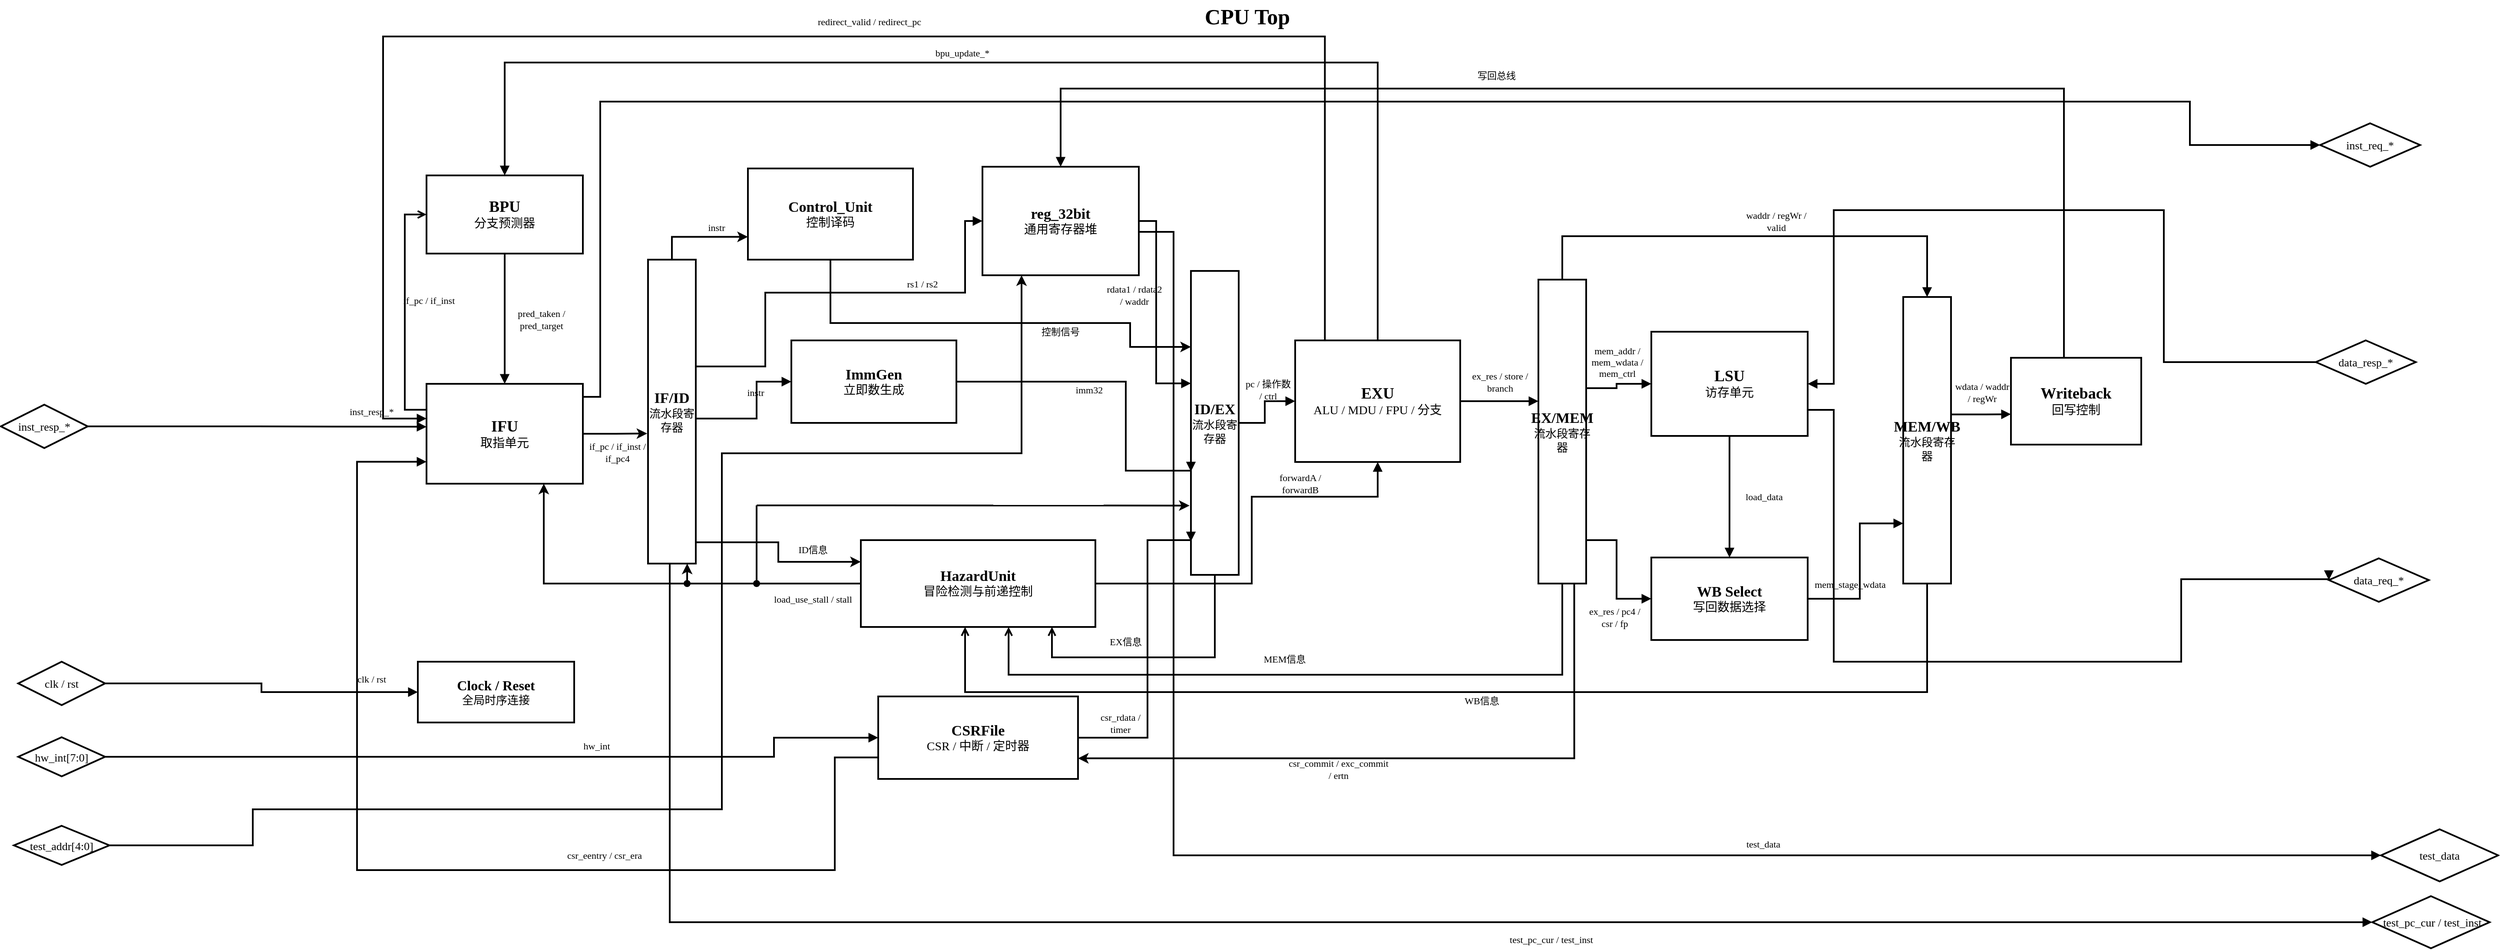
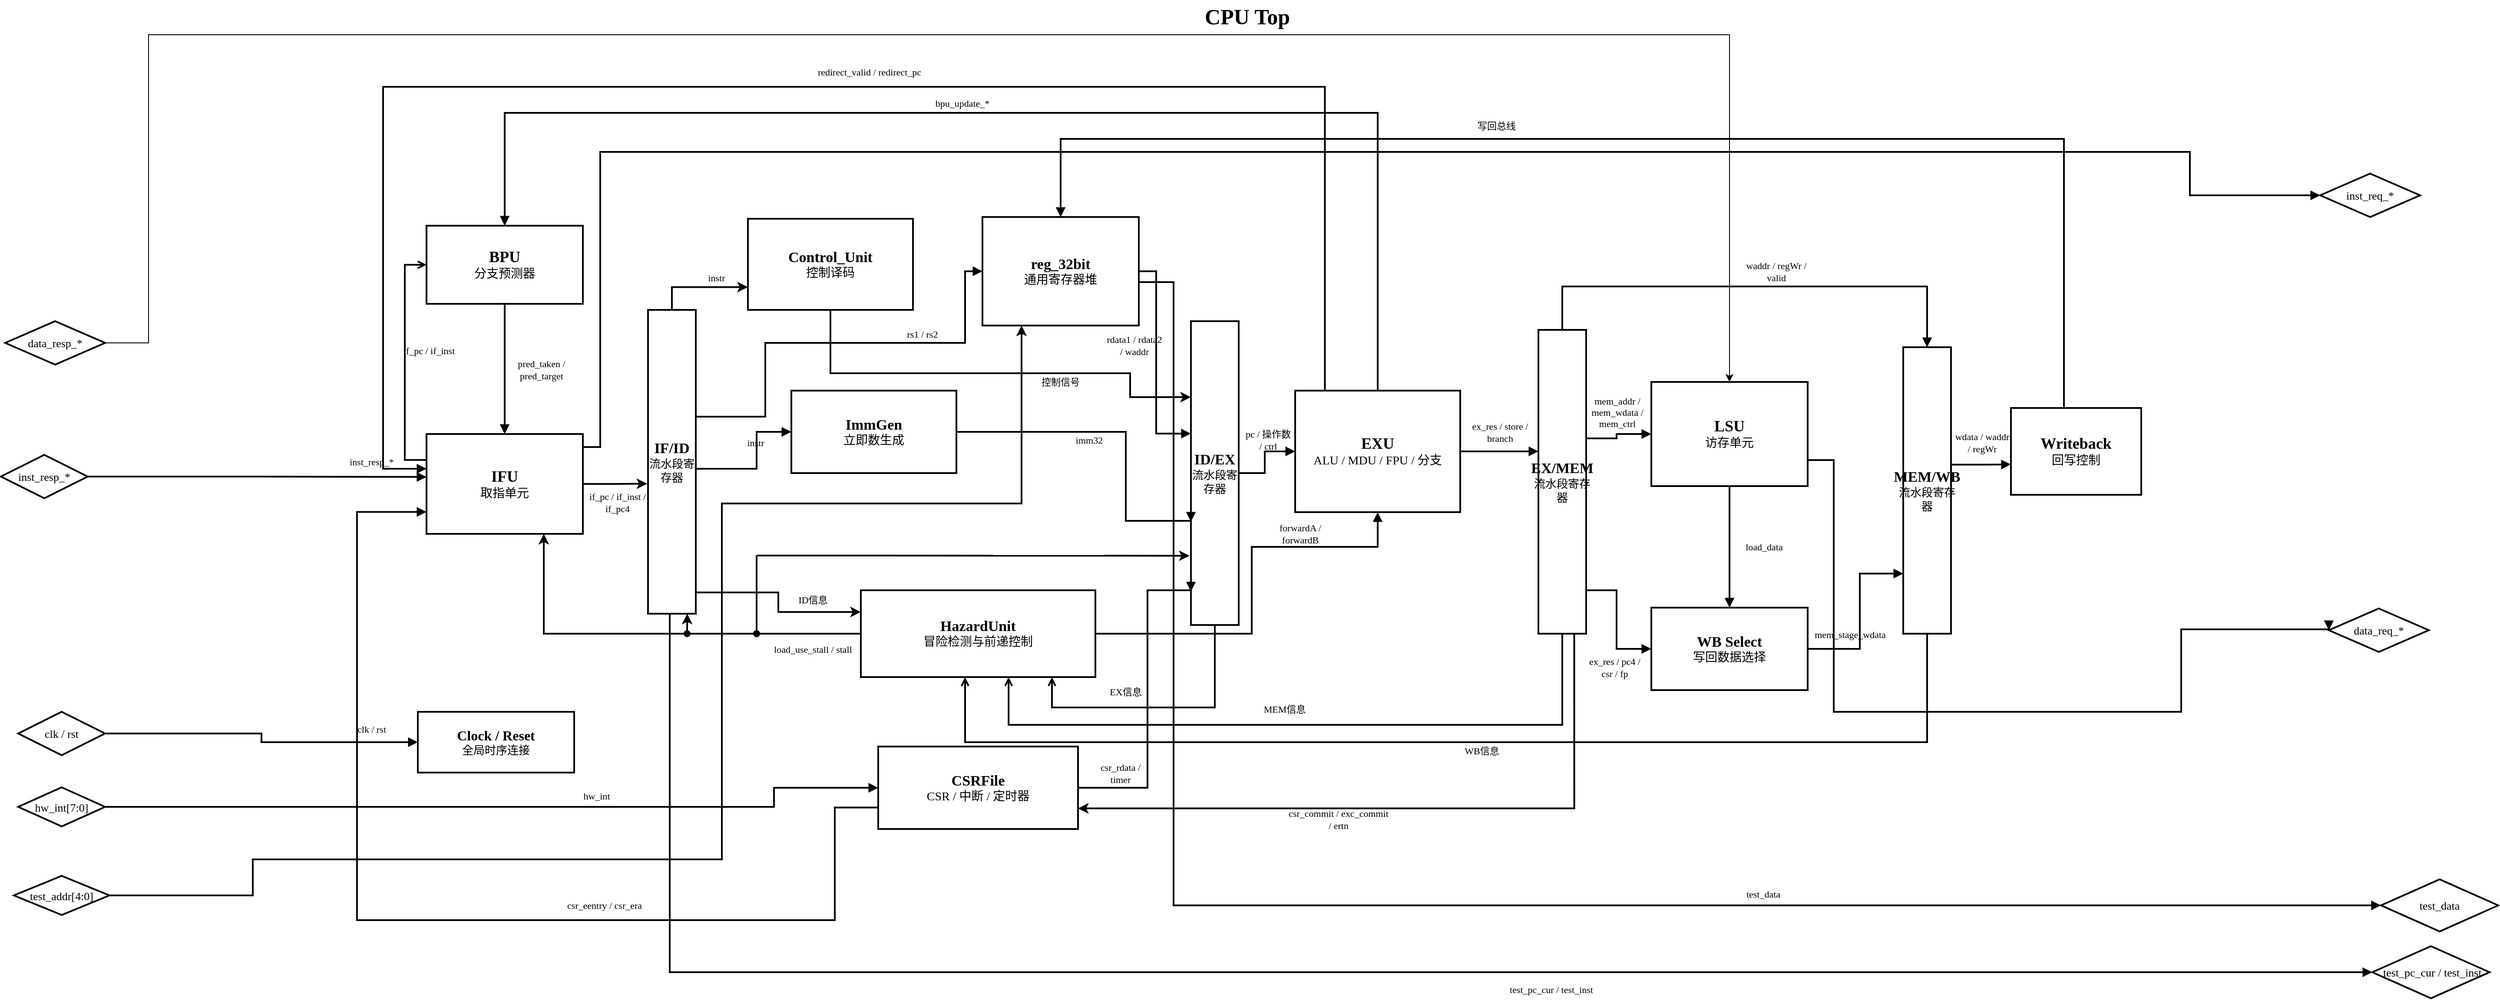
<mxfile host="Electron" agent="ChatGPT">
  <diagram id="cpu-top-spread" name="CPU顶层结构图">
    <mxGraphModel dx="5873" dy="2003" grid="1" gridSize="10" guides="1" tooltips="1" connect="1" arrows="1" fold="1" page="1" pageScale="1" pageWidth="2450" pageHeight="1300" math="0" shadow="0">
      <root>
        <mxCell id="0" />
        <mxCell id="1" parent="0" />
        <mxCell id="title" parent="1" style="text;html=1;whiteSpace=wrap;strokeColor=none;fillColor=none;align=center;verticalAlign=middle;fontFamily=Microsoft YaHei;strokeWidth=2;" value="&lt;font style=&quot;font-size: 25px;&quot;&gt;&lt;b&gt;CPU Top&lt;/b&gt;&lt;/font&gt;" vertex="1">
-           <mxGeometry height="38" width="250" x="1050" y="78" as="geometry" />
+           <mxGeometry height="38" width="250" x="1050" y="20" as="geometry" />
        </mxCell>
        <mxCell id="bpu" parent="1" style="rounded=0;whiteSpace=wrap;html=1;fillColor=none;strokeColor=#000000;strokeWidth=2;align=center;verticalAlign=middle;fontFamily=Microsoft YaHei;" value="&lt;font style=&quot;font-size: 18px;&quot;&gt;&lt;b&gt;BPU&lt;/b&gt;&lt;/font&gt;&lt;br&gt;&lt;font style=&quot;font-size: 14px;&quot;&gt;分支预测器&lt;/font&gt;" vertex="1">
          <mxGeometry height="90" width="180" x="230" y="280" as="geometry" />
        </mxCell>
        <mxCell id="ifu" parent="1" style="rounded=0;whiteSpace=wrap;html=1;fillColor=none;strokeColor=#000000;strokeWidth=2;align=center;verticalAlign=middle;fontFamily=Microsoft YaHei;" value="&lt;font style=&quot;font-size: 18px;&quot;&gt;&lt;b&gt;IFU&lt;/b&gt;&lt;/font&gt;&lt;br&gt;&lt;font style=&quot;font-size: 14px;&quot;&gt;取指单元&lt;/font&gt;" vertex="1">
          <mxGeometry height="115" width="180" x="230" y="520" as="geometry" />
        </mxCell>
        <mxCell id="JGZYXTujOtgmbutAaPe7-15" edge="1" parent="1" source="ifid" style="edgeStyle=orthogonalEdgeStyle;rounded=0;orthogonalLoop=1;jettySize=auto;html=1;exitX=0.5;exitY=0;exitDx=0;exitDy=0;entryX=0;entryY=0.75;entryDx=0;entryDy=0;strokeWidth=2;" target="ctrl">
          <mxGeometry relative="1" as="geometry" />
        </mxCell>
        <mxCell id="ifid" parent="1" style="rounded=0;whiteSpace=wrap;html=1;fillColor=none;strokeColor=#000000;strokeWidth=2;align=center;verticalAlign=middle;fontFamily=Comic Sans MS;" value="&lt;font style=&quot;font-size: 17px;&quot;&gt;&lt;b&gt;IF/ID&lt;/b&gt;&lt;/font&gt;&lt;br&gt;&lt;font style=&quot;font-size: 13px;&quot;&gt;流水段寄存器&lt;/font&gt;" vertex="1">
          <mxGeometry height="350" width="55" x="485" y="377" as="geometry" />
        </mxCell>
        <mxCell id="JGZYXTujOtgmbutAaPe7-17" edge="1" parent="1" source="ctrl" style="edgeStyle=orthogonalEdgeStyle;rounded=0;orthogonalLoop=1;jettySize=auto;html=1;exitX=0.5;exitY=1;exitDx=0;exitDy=0;entryX=0;entryY=0.25;entryDx=0;entryDy=0;strokeWidth=2;" target="idex">
          <mxGeometry relative="1" as="geometry">
            <Array as="points">
              <mxPoint x="695" y="450" />
              <mxPoint x="1040" y="450" />
              <mxPoint x="1040" y="478" />
            </Array>
          </mxGeometry>
        </mxCell>
        <mxCell id="ctrl" parent="1" style="rounded=0;whiteSpace=wrap;html=1;fillColor=none;strokeColor=#000000;strokeWidth=2;align=center;verticalAlign=middle;fontFamily=Microsoft YaHei;" value="&lt;font style=&quot;font-size: 17px;&quot;&gt;&lt;b&gt;Control_Unit&lt;/b&gt;&lt;/font&gt;&lt;br&gt;&lt;font style=&quot;font-size: 14px;&quot;&gt;控制译码&lt;/font&gt;" vertex="1">
          <mxGeometry height="105" width="190" x="600" y="272" as="geometry" />
        </mxCell>
        <mxCell id="gpr" parent="1" style="rounded=0;whiteSpace=wrap;html=1;fillColor=none;strokeColor=#000000;strokeWidth=2;align=center;verticalAlign=middle;fontFamily=Microsoft YaHei;" value="&lt;font style=&quot;font-size: 17px;&quot;&gt;&lt;b&gt;reg_32bit&lt;/b&gt;&lt;/font&gt;&lt;br&gt;&lt;font style=&quot;font-size: 14px;&quot;&gt;通用寄存器堆&lt;/font&gt;" vertex="1">
          <mxGeometry height="125" width="180" x="870" y="270" as="geometry" />
        </mxCell>
        <mxCell id="imm" parent="1" style="rounded=0;whiteSpace=wrap;html=1;fillColor=none;strokeColor=#000000;strokeWidth=2;align=center;verticalAlign=middle;fontFamily=Microsoft YaHei;" value="&lt;font style=&quot;font-size: 17px;&quot;&gt;&lt;b&gt;ImmGen&lt;/b&gt;&lt;/font&gt;&lt;br&gt;&lt;font style=&quot;font-size: 14px;&quot;&gt;立即数生成&lt;/font&gt;" vertex="1">
          <mxGeometry height="95" width="190" x="650" y="470" as="geometry" />
        </mxCell>
        <mxCell id="JGZYXTujOtgmbutAaPe7-6" edge="1" parent="1" source="haz" style="edgeStyle=orthogonalEdgeStyle;rounded=0;orthogonalLoop=1;jettySize=auto;html=1;exitX=0;exitY=0.5;exitDx=0;exitDy=0;entryX=0.75;entryY=1;entryDx=0;entryDy=0;strokeWidth=2;" target="ifu">
          <mxGeometry relative="1" as="geometry" />
        </mxCell>
        <mxCell id="haz" parent="1" style="rounded=0;whiteSpace=wrap;html=1;fillColor=none;strokeColor=#000000;strokeWidth=2;align=center;verticalAlign=middle;fontFamily=Microsoft YaHei;" value="&lt;font style=&quot;font-size: 17px;&quot;&gt;&lt;b&gt;HazardUnit&lt;/b&gt;&lt;/font&gt;&lt;br&gt;&lt;font style=&quot;font-size: 14px;&quot;&gt;冒险检测与前递控制&lt;/font&gt;" vertex="1">
          <mxGeometry height="100" width="270" x="730" y="700" as="geometry" />
        </mxCell>
        <mxCell id="csr" parent="1" style="rounded=0;whiteSpace=wrap;html=1;fillColor=none;strokeColor=#000000;strokeWidth=2;align=center;verticalAlign=middle;fontFamily=Microsoft YaHei;" value="&lt;font style=&quot;font-size: 17px;&quot;&gt;&lt;b&gt;CSRFile&lt;/b&gt;&lt;/font&gt;&lt;br&gt;&lt;font style=&quot;font-size: 14px;&quot;&gt;CSR / 中断 / 定时器&lt;/font&gt;" vertex="1">
          <mxGeometry height="95" width="230" x="750" y="880" as="geometry" />
        </mxCell>
        <mxCell id="clkdist" parent="1" style="rounded=0;whiteSpace=wrap;html=1;fillColor=none;strokeColor=#000000;strokeWidth=2;align=center;verticalAlign=middle;fontFamily=Microsoft YaHei;" value="&lt;font style=&quot;font-size: 16px;&quot;&gt;&lt;b&gt;Clock / Reset&lt;/b&gt;&lt;/font&gt;&lt;br&gt;&lt;font style=&quot;font-size: 13px;&quot;&gt;全局时序连接&lt;/font&gt;" vertex="1">
          <mxGeometry height="70" width="180" x="220" y="840" as="geometry" />
        </mxCell>
        <mxCell id="idex" parent="1" style="rounded=0;whiteSpace=wrap;html=1;fillColor=none;strokeColor=#000000;strokeWidth=2;align=center;verticalAlign=middle;fontFamily=Comic Sans MS;" value="&lt;font style=&quot;font-size: 17px;&quot;&gt;&lt;b&gt;ID/EX&lt;/b&gt;&lt;/font&gt;&lt;br&gt;&lt;font style=&quot;font-size: 13px;&quot;&gt;流水段寄存器&lt;/font&gt;" vertex="1">
          <mxGeometry height="350" width="55" x="1110" y="390" as="geometry" />
        </mxCell>
        <mxCell id="exu" parent="1" style="rounded=0;whiteSpace=wrap;html=1;fillColor=none;strokeColor=#000000;strokeWidth=2;align=center;verticalAlign=middle;fontFamily=Microsoft YaHei;" value="&lt;font style=&quot;font-size: 18px;&quot;&gt;&lt;b&gt;EXU&lt;/b&gt;&lt;/font&gt;&lt;br&gt;&lt;font style=&quot;font-size: 14px;&quot;&gt;ALU / MDU / FPU / 分支&lt;/font&gt;" vertex="1">
          <mxGeometry height="140" width="190" x="1230" y="470" as="geometry" />
        </mxCell>
        <mxCell id="JGZYXTujOtgmbutAaPe7-14" edge="1" parent="1" source="exmem" style="edgeStyle=orthogonalEdgeStyle;rounded=0;orthogonalLoop=1;jettySize=auto;html=1;exitX=0.75;exitY=1;exitDx=0;exitDy=0;entryX=1;entryY=0.75;entryDx=0;entryDy=0;strokeWidth=2;" target="csr">
          <mxGeometry relative="1" as="geometry" />
        </mxCell>
        <mxCell id="exmem" parent="1" style="rounded=0;whiteSpace=wrap;html=1;fillColor=none;strokeColor=#000000;strokeWidth=2;align=center;verticalAlign=middle;fontFamily=Comic Sans MS;" value="&lt;font style=&quot;font-size: 17px;&quot;&gt;&lt;b&gt;EX/MEM&lt;/b&gt;&lt;/font&gt;&lt;br&gt;&lt;font style=&quot;font-size: 13px;&quot;&gt;流水段寄存器&lt;/font&gt;" vertex="1">
          <mxGeometry height="350" width="55" x="1510" y="400" as="geometry" />
        </mxCell>
        <mxCell id="lsu" parent="1" style="rounded=0;whiteSpace=wrap;html=1;fillColor=none;strokeColor=#000000;strokeWidth=2;align=center;verticalAlign=middle;fontFamily=Microsoft YaHei;" value="&lt;font style=&quot;font-size: 18px;&quot;&gt;&lt;b&gt;LSU&lt;/b&gt;&lt;/font&gt;&lt;br&gt;&lt;font style=&quot;font-size: 14px;&quot;&gt;访存单元&lt;/font&gt;" vertex="1">
          <mxGeometry height="120" width="180" x="1640" y="460" as="geometry" />
        </mxCell>
        <mxCell id="wbsel" parent="1" style="rounded=0;whiteSpace=wrap;html=1;fillColor=none;strokeColor=#000000;strokeWidth=2;align=center;verticalAlign=middle;fontFamily=Microsoft YaHei;" value="&lt;font style=&quot;font-size: 17px;&quot;&gt;&lt;b&gt;WB Select&lt;/b&gt;&lt;/font&gt;&lt;br&gt;&lt;font style=&quot;font-size: 14px;&quot;&gt;写回数据选择&lt;/font&gt;" vertex="1">
          <mxGeometry height="95" width="180" x="1640" y="720" as="geometry" />
        </mxCell>
        <mxCell id="memwb" parent="1" style="rounded=0;whiteSpace=wrap;html=1;fillColor=none;strokeColor=#000000;strokeWidth=2;align=center;verticalAlign=middle;fontFamily=Comic Sans MS;" value="&lt;font style=&quot;font-size: 17px;&quot;&gt;&lt;b&gt;MEM/WB&lt;/b&gt;&lt;/font&gt;&lt;br&gt;&lt;font style=&quot;font-size: 13px;&quot;&gt;流水段寄存器&lt;/font&gt;" vertex="1">
          <mxGeometry height="330" width="55" x="1930" y="420" as="geometry" />
        </mxCell>
        <mxCell id="wb" parent="1" style="rounded=0;whiteSpace=wrap;html=1;fillColor=none;strokeColor=#000000;strokeWidth=2;align=center;verticalAlign=middle;fontFamily=Microsoft YaHei;" value="&lt;font style=&quot;font-size: 18px;&quot;&gt;&lt;b&gt;Writeback&lt;/b&gt;&lt;/font&gt;&lt;br&gt;&lt;font style=&quot;font-size: 14px;&quot;&gt;回写控制&lt;/font&gt;" vertex="1">
          <mxGeometry height="100" width="150" x="2054" y="490" as="geometry" />
        </mxCell>
        <mxCell id="p_clk" parent="1" style="shape=rhombus;perimeter=rhombusPerimeter;whiteSpace=wrap;html=1;fillColor=none;strokeColor=#000000;strokeWidth=2;fontSize=13;fontFamily=Comic Sans MS;align=center;verticalAlign=middle;" value="clk / rst" vertex="1">
          <mxGeometry height="50" width="100" x="-240" y="840" as="geometry" />
        </mxCell>
        <mxCell id="p_inst_resp" parent="1" style="shape=rhombus;perimeter=rhombusPerimeter;whiteSpace=wrap;html=1;fillColor=none;strokeColor=#000000;strokeWidth=2;fontSize=13;fontFamily=Comic Sans MS;align=center;verticalAlign=middle;" value="inst_resp_*" vertex="1">
          <mxGeometry height="50" width="100" x="-260" y="544" as="geometry" />
        </mxCell>
        <mxCell id="p_hwint" parent="1" style="shape=rhombus;perimeter=rhombusPerimeter;whiteSpace=wrap;html=1;fillColor=none;strokeColor=#000000;strokeWidth=2;fontSize=13;fontFamily=Comic Sans MS;align=center;verticalAlign=middle;" value="hw_int[7:0]" vertex="1">
          <mxGeometry height="45" width="100" x="-240" y="927" as="geometry" />
        </mxCell>
        <mxCell id="JGZYXTujOtgmbutAaPe7-16" edge="1" parent="1" source="p_testaddr" style="edgeStyle=orthogonalEdgeStyle;rounded=0;orthogonalLoop=1;jettySize=auto;html=1;exitX=1;exitY=0.5;exitDx=0;exitDy=0;entryX=0.25;entryY=1;entryDx=0;entryDy=0;strokeWidth=2;" target="gpr">
          <mxGeometry relative="1" as="geometry">
            <Array as="points">
              <mxPoint x="30" y="1052" />
              <mxPoint x="30" y="1010" />
              <mxPoint x="570" y="1010" />
              <mxPoint x="570" y="600" />
              <mxPoint x="915" y="600" />
            </Array>
          </mxGeometry>
        </mxCell>
        <mxCell id="p_testaddr" parent="1" style="shape=rhombus;perimeter=rhombusPerimeter;whiteSpace=wrap;html=1;fillColor=none;strokeColor=#000000;strokeWidth=2;fontSize=13;fontFamily=Comic Sans MS;align=center;verticalAlign=middle;" value="test_addr[4:0]" vertex="1">
          <mxGeometry height="45" width="110" x="-245" y="1029" as="geometry" />
        </mxCell>
        <mxCell id="p_inst_req" parent="1" style="shape=rhombus;perimeter=rhombusPerimeter;whiteSpace=wrap;html=1;fillColor=none;strokeColor=#000000;strokeWidth=2;fontSize=13;fontFamily=Comic Sans MS;align=center;verticalAlign=middle;" value="inst_req_*" vertex="1">
          <mxGeometry height="50" width="115" x="2410" y="220" as="geometry" />
        </mxCell>
+         <mxCell id="aSO9vNV-sZ01oe23dJjC-1" edge="1" parent="1" source="p_data_resp" style="edgeStyle=orthogonalEdgeStyle;rounded=0;orthogonalLoop=1;jettySize=auto;html=1;exitX=1;exitY=0.5;exitDx=0;exitDy=0;entryX=0.5;entryY=0;entryDx=0;entryDy=0;" target="lsu">
+           <mxGeometry relative="1" as="geometry">
+             <Array as="points">
+               <mxPoint x="-90" y="415" />
+               <mxPoint x="-90" y="60" />
+               <mxPoint x="1730" y="60" />
+             </Array>
+           </mxGeometry>
+         </mxCell>
        <mxCell id="p_data_resp" parent="1" style="shape=rhombus;perimeter=rhombusPerimeter;whiteSpace=wrap;html=1;fillColor=none;strokeColor=#000000;strokeWidth=2;fontSize=13;fontFamily=Comic Sans MS;align=center;verticalAlign=middle;" value="data_resp_*" vertex="1">
-           <mxGeometry height="50" width="115" x="2405" y="470" as="geometry" />
+           <mxGeometry height="50" width="115" x="-255" y="390" as="geometry" />
        </mxCell>
        <mxCell id="p_data_req" parent="1" style="shape=rhombus;perimeter=rhombusPerimeter;whiteSpace=wrap;html=1;fillColor=none;strokeColor=#000000;strokeWidth=2;fontSize=13;fontFamily=Comic Sans MS;align=center;verticalAlign=middle;" value="data_req_*" vertex="1">
          <mxGeometry height="50" width="115" x="2420" y="721" as="geometry" />
        </mxCell>
        <mxCell id="p_testout" parent="1" style="shape=rhombus;perimeter=rhombusPerimeter;whiteSpace=wrap;html=1;fillColor=none;strokeColor=#000000;strokeWidth=2;fontSize=13;fontFamily=Comic Sans MS;align=center;verticalAlign=middle;" value="test_data" vertex="1">
          <mxGeometry height="60" width="135" x="2480" y="1033" as="geometry" />
        </mxCell>
        <mxCell id="label_e_ifu_ifid" parent="1" style="text;html=1;whiteSpace=wrap;strokeColor=none;fillColor=none;align=center;verticalAlign=middle;fontSize=11;fontFamily=Comic Sans MS;strokeWidth=2;" value="if_pc / if_inst / if_pc4" vertex="1">
          <mxGeometry height="22" width="70" x="415" y="588" as="geometry" />
        </mxCell>
        <mxCell id="label_e_ifid_ctrl" parent="1" style="text;html=1;whiteSpace=wrap;strokeColor=none;fillColor=none;align=center;verticalAlign=middle;fontSize=11;fontFamily=Comic Sans MS;strokeWidth=2;" value="instr" vertex="1">
          <mxGeometry height="20" width="48" x="540" y="330" as="geometry" />
        </mxCell>
        <mxCell id="e_ifid_gpr" edge="1" parent="1" source="ifid" style="edgeStyle=orthogonalEdgeStyle;shape=wire;rounded=0;orthogonalLoop=1;jettySize=auto;html=1;endArrow=block;endFill=1;strokeWidth=2;exitX=1;exitY=0.31;exitPerimeter=1;entryX=0;entryY=0.5;entryPerimeter=1;fillColor=none;" target="gpr" value="">
          <mxGeometry relative="1" as="geometry">
            <Array as="points">
              <mxPoint x="620" y="500" />
              <mxPoint x="620" y="415" />
              <mxPoint x="850" y="415" />
              <mxPoint x="850" y="332" />
            </Array>
          </mxGeometry>
        </mxCell>
        <mxCell id="label_e_ifid_gpr" parent="1" style="text;html=1;whiteSpace=wrap;strokeColor=none;fillColor=none;align=center;verticalAlign=middle;fontSize=11;fontFamily=Comic Sans MS;strokeWidth=2;" value="rs1 / rs2" vertex="1">
          <mxGeometry height="20" width="62" x="770" y="395" as="geometry" />
        </mxCell>
        <mxCell id="e_ifid_imm" edge="1" parent="1" source="ifid" style="edgeStyle=orthogonalEdgeStyle;shape=wire;rounded=0;orthogonalLoop=1;jettySize=auto;html=1;endArrow=block;endFill=1;strokeWidth=2;exitX=1;exitY=0.49;exitPerimeter=1;entryX=0;entryY=0.5;entryPerimeter=1;fillColor=none;" target="imm" value="">
          <mxGeometry relative="1" as="geometry">
            <Array as="points">
              <mxPoint x="610" y="560" />
              <mxPoint x="610" y="518" />
            </Array>
          </mxGeometry>
        </mxCell>
        <mxCell id="label_e_ifid_imm" parent="1" style="text;html=1;whiteSpace=wrap;strokeColor=none;fillColor=none;align=center;verticalAlign=middle;fontSize=11;fontFamily=Comic Sans MS;strokeWidth=2;" value="instr" vertex="1">
          <mxGeometry height="20" width="48" x="585" y="520" as="geometry" />
        </mxCell>
        <mxCell id="label_e_ctrl_idex" parent="1" style="text;html=1;whiteSpace=wrap;strokeColor=none;fillColor=none;align=center;verticalAlign=middle;fontSize=11;fontFamily=Comic Sans MS;strokeWidth=2;" value="控制信号" vertex="1">
          <mxGeometry height="20" width="60" x="930" y="450" as="geometry" />
        </mxCell>
        <mxCell id="e_gpr_idex" edge="1" parent="1" source="gpr" style="edgeStyle=orthogonalEdgeStyle;shape=wire;rounded=0;orthogonalLoop=1;jettySize=auto;html=1;endArrow=block;endFill=1;strokeWidth=2;exitX=1;exitY=0.5;exitPerimeter=1;entryX=0;entryY=0.37;entryPerimeter=1;fillColor=none;" target="idex" value="">
          <mxGeometry relative="1" as="geometry">
            <Array as="points">
              <mxPoint x="1070" y="332" />
              <mxPoint x="1070" y="520" />
            </Array>
          </mxGeometry>
        </mxCell>
        <mxCell id="label_e_gpr_idex" parent="1" style="text;html=1;whiteSpace=wrap;strokeColor=none;fillColor=none;align=center;verticalAlign=middle;fontSize=11;fontFamily=Comic Sans MS;strokeWidth=2;" value="rdata1 / rdata2 / waddr" vertex="1">
          <mxGeometry height="36" width="70" x="1010" y="400" as="geometry" />
        </mxCell>
        <mxCell id="e_imm_idex" edge="1" parent="1" source="imm" style="edgeStyle=orthogonalEdgeStyle;shape=wire;rounded=0;orthogonalLoop=1;jettySize=auto;html=1;endArrow=block;endFill=1;strokeWidth=2;exitX=1;exitY=0.5;exitPerimeter=1;entryX=0;entryY=0.66;entryPerimeter=1;fillColor=none;" target="idex" value="">
          <mxGeometry relative="1" as="geometry">
            <Array as="points">
              <mxPoint x="1035" y="518" />
              <mxPoint x="1035" y="620" />
            </Array>
          </mxGeometry>
        </mxCell>
        <mxCell id="label_e_imm_idex" parent="1" style="text;html=1;whiteSpace=wrap;strokeColor=none;fillColor=none;align=center;verticalAlign=middle;fontSize=11;fontFamily=Comic Sans MS;strokeWidth=2;" value="imm32" vertex="1">
          <mxGeometry height="20" width="46" x="970" y="517" as="geometry" />
        </mxCell>
        <mxCell id="e_csr_idex" edge="1" parent="1" source="csr" style="edgeStyle=orthogonalEdgeStyle;shape=wire;rounded=0;orthogonalLoop=1;jettySize=auto;html=1;endArrow=block;endFill=1;strokeWidth=2;exitX=1;exitY=0.5;exitPerimeter=1;entryX=0;entryY=0.89;entryPerimeter=1;fillColor=none;" target="idex" value="">
          <mxGeometry relative="1" as="geometry">
            <Array as="points">
              <mxPoint x="1060" y="928" />
              <mxPoint x="1060" y="700" />
            </Array>
          </mxGeometry>
        </mxCell>
        <mxCell id="label_e_csr_idex" parent="1" style="text;html=1;whiteSpace=wrap;strokeColor=none;fillColor=none;align=center;verticalAlign=middle;fontSize=11;fontFamily=Comic Sans MS;strokeWidth=2;" value="csr_rdata / timer" vertex="1">
          <mxGeometry height="32" width="68" x="995" y="895" as="geometry" />
        </mxCell>
        <mxCell id="e_idex_exu" edge="1" parent="1" source="idex" style="edgeStyle=orthogonalEdgeStyle;shape=wire;rounded=0;orthogonalLoop=1;jettySize=auto;html=1;endArrow=block;endFill=1;strokeWidth=2;exitX=1;exitY=0.5;exitPerimeter=1;entryX=0;entryY=0.5;entryPerimeter=1;fillColor=none;" target="exu" value="">
          <mxGeometry relative="1" as="geometry">
            <Array as="points">
              <mxPoint x="1195" y="565" />
              <mxPoint x="1195" y="540" />
            </Array>
          </mxGeometry>
        </mxCell>
        <mxCell id="label_e_idex_exu" parent="1" style="text;html=1;whiteSpace=wrap;strokeColor=none;fillColor=none;align=center;verticalAlign=middle;fontSize=11;fontFamily=Comic Sans MS;strokeWidth=2;" value="pc / 操作数 / ctrl" vertex="1">
          <mxGeometry height="34" width="58" x="1170" y="510" as="geometry" />
        </mxCell>
        <mxCell id="e_exu_exmem" edge="1" parent="1" source="exu" style="edgeStyle=orthogonalEdgeStyle;shape=wire;rounded=0;orthogonalLoop=1;jettySize=auto;html=1;endArrow=block;endFill=1;strokeWidth=2;exitX=1;exitY=0.5;exitPerimeter=1;entryX=0;entryY=0.4;entryPerimeter=1;fillColor=none;" target="exmem" value="">
          <mxGeometry relative="1" as="geometry" />
        </mxCell>
        <mxCell id="label_e_exu_exmem" parent="1" style="text;html=1;whiteSpace=wrap;strokeColor=none;fillColor=none;align=center;verticalAlign=middle;fontSize=11;fontFamily=Comic Sans MS;strokeWidth=2;" value="ex_res / store / branch" vertex="1">
          <mxGeometry height="28" width="72" x="1430" y="503.5" as="geometry" />
        </mxCell>
        <mxCell id="e_exmem_lsu" edge="1" parent="1" source="exmem" style="edgeStyle=orthogonalEdgeStyle;shape=wire;rounded=0;orthogonalLoop=1;jettySize=auto;html=1;endArrow=block;endFill=1;strokeWidth=2;exitX=1;exitY=0.36;exitPerimeter=1;entryX=0;entryY=0.5;entryPerimeter=1;fillColor=none;" target="lsu" value="">
          <mxGeometry relative="1" as="geometry">
            <Array as="points">
              <mxPoint x="1600" y="525" />
              <mxPoint x="1600" y="520" />
            </Array>
          </mxGeometry>
        </mxCell>
        <mxCell id="label_e_exmem_lsu" parent="1" style="text;html=1;whiteSpace=wrap;strokeColor=none;fillColor=none;align=center;verticalAlign=middle;fontSize=11;fontFamily=Comic Sans MS;strokeWidth=2;" value="mem_addr / mem_wdata / mem_ctrl" vertex="1">
          <mxGeometry height="32" width="72" x="1565" y="479" as="geometry" />
        </mxCell>
        <mxCell id="e_exmem_wbsel" edge="1" parent="1" source="exmem" style="edgeStyle=orthogonalEdgeStyle;shape=wire;rounded=0;orthogonalLoop=1;jettySize=auto;html=1;endArrow=block;endFill=1;strokeWidth=2;exitX=1;exitY=0.86;exitPerimeter=1;entryX=0;entryY=0.5;entryPerimeter=1;fillColor=none;" target="wbsel" value="">
          <mxGeometry relative="1" as="geometry">
            <Array as="points">
              <mxPoint x="1600" y="700" />
              <mxPoint x="1600" y="768" />
            </Array>
          </mxGeometry>
        </mxCell>
        <mxCell id="label_e_exmem_wbsel" parent="1" style="text;html=1;whiteSpace=wrap;strokeColor=none;fillColor=none;align=center;verticalAlign=middle;fontSize=11;fontFamily=Comic Sans MS;strokeWidth=2;" value="ex_res / pc4 / csr / fp" vertex="1">
          <mxGeometry height="36" width="66" x="1565" y="771" as="geometry" />
        </mxCell>
        <mxCell id="e_lsu_wbsel" edge="1" parent="1" source="lsu" style="edgeStyle=orthogonalEdgeStyle;shape=wire;rounded=0;orthogonalLoop=1;jettySize=auto;html=1;endArrow=block;endFill=1;strokeWidth=2;exitX=0.5;exitY=1;exitPerimeter=1;entryX=0.5;entryY=0;entryPerimeter=1;fillColor=none;" target="wbsel" value="">
          <mxGeometry relative="1" as="geometry" />
        </mxCell>
        <mxCell id="label_e_lsu_wbsel" parent="1" style="text;html=1;whiteSpace=wrap;strokeColor=none;fillColor=none;align=center;verticalAlign=middle;fontSize=11;fontFamily=Comic Sans MS;strokeWidth=2;" value="load_data" vertex="1">
          <mxGeometry height="20" width="60" x="1740" y="640" as="geometry" />
        </mxCell>
        <mxCell id="e_wbsel_memwb" edge="1" parent="1" source="wbsel" style="edgeStyle=orthogonalEdgeStyle;shape=wire;rounded=0;orthogonalLoop=1;jettySize=auto;html=1;endArrow=block;endFill=1;strokeWidth=2;exitX=1;exitY=0.5;exitPerimeter=1;entryX=0;entryY=0.79;entryPerimeter=1;fillColor=none;" target="memwb" value="">
          <mxGeometry relative="1" as="geometry">
            <Array as="points">
              <mxPoint x="1880" y="768" />
              <mxPoint x="1880" y="680" />
            </Array>
          </mxGeometry>
        </mxCell>
        <mxCell id="label_e_wbsel_memwb" parent="1" style="text;html=1;whiteSpace=wrap;strokeColor=none;fillColor=none;align=center;verticalAlign=middle;fontSize=11;fontFamily=Comic Sans MS;strokeWidth=2;" value="mem_stage_wdata" vertex="1">
          <mxGeometry height="32" width="68" x="1835" y="735" as="geometry" />
        </mxCell>
        <mxCell id="e_exmem_memwb" edge="1" parent="1" source="exmem" style="edgeStyle=orthogonalEdgeStyle;shape=wire;rounded=0;orthogonalLoop=1;jettySize=auto;html=1;endArrow=block;endFill=1;strokeWidth=2;exitX=0.5;exitY=0;exitPerimeter=1;entryX=0.5;entryY=0;entryPerimeter=1;fillColor=none;" target="memwb" value="">
          <mxGeometry relative="1" as="geometry">
            <Array as="points">
              <mxPoint x="1537" y="350" />
              <mxPoint x="1957" y="350" />
            </Array>
          </mxGeometry>
        </mxCell>
        <mxCell id="label_e_exmem_memwb" parent="1" style="text;html=1;whiteSpace=wrap;strokeColor=none;fillColor=none;align=center;verticalAlign=middle;fontSize=11;fontFamily=Comic Sans MS;strokeWidth=2;" value="waddr / regWr / valid" vertex="1">
          <mxGeometry height="22" width="78" x="1745" y="322" as="geometry" />
        </mxCell>
        <mxCell id="e_memwb_wb" edge="1" parent="1" source="memwb" style="edgeStyle=orthogonalEdgeStyle;shape=wire;rounded=0;orthogonalLoop=1;jettySize=auto;html=1;endArrow=block;endFill=1;strokeWidth=2;exitX=1;exitY=0.41;exitPerimeter=1;entryX=0;entryY=0.65;entryPerimeter=1;fillColor=none;" target="wb" value="">
          <mxGeometry relative="1" as="geometry" />
        </mxCell>
        <mxCell id="label_e_memwb_wb" parent="1" style="text;html=1;whiteSpace=wrap;strokeColor=none;fillColor=none;align=center;verticalAlign=middle;fontSize=11;fontFamily=Comic Sans MS;strokeWidth=2;" value="wdata / waddr / regWr" vertex="1">
          <mxGeometry height="30" width="66" x="1988" y="515" as="geometry" />
        </mxCell>
        <mxCell id="e_bpu_ifu" edge="1" parent="1" source="bpu" style="edgeStyle=orthogonalEdgeStyle;shape=wire;rounded=0;orthogonalLoop=1;jettySize=auto;html=1;endArrow=block;endFill=1;strokeWidth=2;exitX=0.5;exitY=1;exitPerimeter=1;entryX=0.5;entryY=0;entryPerimeter=1;fillColor=none;" target="ifu" value="">
          <mxGeometry relative="1" as="geometry" />
        </mxCell>
        <mxCell id="label_e_bpu_ifu" parent="1" style="text;html=1;whiteSpace=wrap;strokeColor=none;fillColor=none;align=center;verticalAlign=middle;fontSize=11;fontFamily=Comic Sans MS;strokeWidth=2;" value="pred_taken / pred_target" vertex="1">
          <mxGeometry height="28" width="95" x="315" y="432" as="geometry" />
        </mxCell>
        <mxCell id="e_ifu_bpu" edge="1" parent="1" source="ifu" style="edgeStyle=orthogonalEdgeStyle;shape=wire;rounded=0;orthogonalLoop=1;jettySize=auto;html=1;endArrow=open;endFill=0;strokeWidth=2;exitX=0;exitY=0.26;exitPerimeter=1;entryX=0;entryY=0.5;entryPerimeter=1;fillColor=none;" target="bpu" value="">
          <mxGeometry relative="1" as="geometry">
            <Array as="points">
              <mxPoint x="205" y="550" />
              <mxPoint x="205" y="325" />
            </Array>
          </mxGeometry>
        </mxCell>
        <mxCell id="label_e_ifu_bpu" parent="1" style="text;html=1;whiteSpace=wrap;strokeColor=none;fillColor=none;align=center;verticalAlign=middle;fontSize=11;fontFamily=Comic Sans MS;strokeWidth=2;" value="if_pc / if_inst" vertex="1">
          <mxGeometry height="24" width="66" x="200" y="412" as="geometry" />
        </mxCell>
        <mxCell id="e_exu_redirect" edge="1" parent="1" source="exu" style="edgeStyle=orthogonalEdgeStyle;shape=wire;rounded=0;orthogonalLoop=1;jettySize=auto;html=1;endArrow=block;endFill=1;strokeWidth=2;exitX=0.18;exitY=0;exitPerimeter=1;fillColor=none;" value="">
          <mxGeometry relative="1" as="geometry">
            <Array as="points">
              <mxPoint x="1264" y="120" />
              <mxPoint x="180" y="120" />
              <mxPoint x="180" y="560" />
            </Array>
            <mxPoint x="230" y="560" as="targetPoint" />
          </mxGeometry>
        </mxCell>
        <mxCell id="label_e_exu_redirect" parent="1" style="text;html=1;whiteSpace=wrap;strokeColor=none;fillColor=none;align=center;verticalAlign=middle;fontSize=11;fontFamily=Comic Sans MS;strokeWidth=2;" value="redirect_valid / redirect_pc" vertex="1">
          <mxGeometry height="22" width="130" x="675" y="92" as="geometry" />
        </mxCell>
        <mxCell id="e_exu_bpu_update" edge="1" parent="1" source="exu" style="edgeStyle=orthogonalEdgeStyle;shape=wire;rounded=0;orthogonalLoop=1;jettySize=auto;html=1;endArrow=block;endFill=1;strokeWidth=2;exitX=0.5;exitY=0;exitPerimeter=1;entryX=0.5;entryY=0;entryPerimeter=1;fillColor=none;" target="bpu" value="">
          <mxGeometry relative="1" as="geometry">
            <Array as="points">
              <mxPoint x="1325" y="150" />
              <mxPoint x="320" y="150" />
            </Array>
          </mxGeometry>
        </mxCell>
        <mxCell id="label_e_exu_bpu_update" parent="1" style="text;html=1;whiteSpace=wrap;strokeColor=none;fillColor=none;align=center;verticalAlign=middle;fontSize=11;fontFamily=Comic Sans MS;strokeWidth=2;" value="bpu_update_*" vertex="1">
          <mxGeometry height="22" width="74" x="810" y="128" as="geometry" />
        </mxCell>
        <mxCell id="e_wb_gpr" edge="1" parent="1" source="wb" style="edgeStyle=orthogonalEdgeStyle;shape=wire;rounded=0;orthogonalLoop=1;jettySize=auto;html=1;endArrow=block;endFill=1;strokeWidth=2;exitX=0.5;exitY=0;exitPerimeter=1;entryX=0.5;entryY=0;entryPerimeter=1;fillColor=none;" target="gpr" value="">
          <mxGeometry relative="1" as="geometry">
            <Array as="points">
              <mxPoint x="2115" y="180" />
              <mxPoint x="960" y="180" />
            </Array>
          </mxGeometry>
        </mxCell>
        <mxCell id="label_e_wb_gpr" parent="1" style="text;html=1;whiteSpace=wrap;strokeColor=none;fillColor=none;align=center;verticalAlign=middle;fontSize=11;fontFamily=Comic Sans MS;strokeWidth=2;" value="写回总线" vertex="1">
          <mxGeometry height="22" width="64" x="1430" y="154" as="geometry" />
        </mxCell>
        <mxCell id="label_e_ifid_haz" parent="1" style="text;html=1;whiteSpace=wrap;strokeColor=none;fillColor=none;align=center;verticalAlign=middle;fontSize=11;fontFamily=Comic Sans MS;strokeWidth=2;" value="ID信息" vertex="1">
          <mxGeometry height="20" width="50" x="650" y="701" as="geometry" />
        </mxCell>
        <mxCell id="e_idex_haz" edge="1" parent="1" source="idex" style="edgeStyle=orthogonalEdgeStyle;shape=wire;rounded=0;orthogonalLoop=1;jettySize=auto;html=1;endArrow=open;endFill=0;strokeWidth=2;exitX=0.5;exitY=1;exitPerimeter=1;fillColor=none;" value="">
          <mxGeometry relative="1" as="geometry">
            <Array as="points">
              <mxPoint x="1137" y="835" />
              <mxPoint x="950" y="835" />
            </Array>
            <mxPoint x="950" y="800" as="targetPoint" />
          </mxGeometry>
        </mxCell>
        <mxCell id="label_e_idex_haz" parent="1" style="text;html=1;whiteSpace=wrap;strokeColor=none;fillColor=none;align=center;verticalAlign=middle;fontSize=11;fontFamily=Comic Sans MS;strokeWidth=2;" value="EX信息" vertex="1">
          <mxGeometry height="20" width="50" x="1010" y="807" as="geometry" />
        </mxCell>
        <mxCell id="e_exmem_haz" edge="1" parent="1" source="exmem" style="edgeStyle=orthogonalEdgeStyle;shape=wire;rounded=0;orthogonalLoop=1;jettySize=auto;html=1;endArrow=open;endFill=0;strokeWidth=2;exitX=0.5;exitY=1;exitPerimeter=1;entryX=0.63;entryY=1;entryPerimeter=1;fillColor=none;" target="haz" value="">
          <mxGeometry relative="1" as="geometry">
            <Array as="points">
              <mxPoint x="1537" y="855" />
              <mxPoint x="900" y="855" />
            </Array>
          </mxGeometry>
        </mxCell>
        <mxCell id="label_e_exmem_haz" parent="1" style="text;html=1;whiteSpace=wrap;strokeColor=none;fillColor=none;align=center;verticalAlign=middle;fontSize=11;fontFamily=Comic Sans MS;strokeWidth=2;" value="MEM信息" vertex="1">
          <mxGeometry height="20" width="56" x="1190" y="827" as="geometry" />
        </mxCell>
        <mxCell id="e_memwb_haz" edge="1" parent="1" source="memwb" style="edgeStyle=orthogonalEdgeStyle;shape=wire;rounded=0;orthogonalLoop=1;jettySize=auto;html=1;endArrow=open;endFill=0;strokeWidth=2;exitX=0.5;exitY=1;exitPerimeter=1;fillColor=none;" value="">
          <mxGeometry relative="1" as="geometry">
            <Array as="points">
              <mxPoint x="1957" y="875" />
              <mxPoint x="850" y="875" />
            </Array>
            <mxPoint x="850" y="800" as="targetPoint" />
          </mxGeometry>
        </mxCell>
        <mxCell id="label_e_memwb_haz" parent="1" style="text;html=1;whiteSpace=wrap;strokeColor=none;fillColor=none;align=center;verticalAlign=middle;fontSize=11;fontFamily=Comic Sans MS;strokeWidth=2;" value="WB信息" vertex="1">
          <mxGeometry height="20" width="50" x="1420" y="875" as="geometry" />
        </mxCell>
        <mxCell id="e_haz_exu" edge="1" parent="1" source="haz" style="edgeStyle=orthogonalEdgeStyle;shape=wire;rounded=0;orthogonalLoop=1;jettySize=auto;html=1;endArrow=block;endFill=1;strokeWidth=2;exitX=1;exitY=0.5;exitPerimeter=1;entryX=0.5;entryY=1;entryPerimeter=1;fillColor=none;" target="exu" value="">
          <mxGeometry relative="1" as="geometry">
            <Array as="points">
              <mxPoint x="1180" y="750" />
              <mxPoint x="1180" y="650" />
              <mxPoint x="1325" y="650" />
            </Array>
          </mxGeometry>
        </mxCell>
        <mxCell id="label_e_haz_exu" parent="1" style="text;html=1;whiteSpace=wrap;strokeColor=none;fillColor=none;align=center;verticalAlign=middle;fontSize=11;fontFamily=Comic Sans MS;strokeWidth=2;" value="forwardA / forwardB" vertex="1">
          <mxGeometry height="30" width="82" x="1195" y="620" as="geometry" />
        </mxCell>
        <mxCell id="label_e_haz_ifu" parent="1" style="text;html=1;whiteSpace=wrap;strokeColor=none;fillColor=none;align=center;verticalAlign=middle;fontSize=11;fontFamily=Comic Sans MS;strokeWidth=2;" value="load_use_stall / stall" vertex="1">
          <mxGeometry height="22" width="100" x="625" y="756.5" as="geometry" />
        </mxCell>
        <mxCell id="e_hwint_csr" edge="1" parent="1" source="p_hwint" style="edgeStyle=orthogonalEdgeStyle;shape=wire;rounded=0;orthogonalLoop=1;jettySize=auto;html=1;endArrow=block;endFill=1;strokeWidth=2;exitX=1;exitY=0.5;exitPerimeter=1;entryX=0;entryY=0.5;entryPerimeter=1;fillColor=none;" target="csr" value="">
          <mxGeometry relative="1" as="geometry">
            <Array as="points">
              <mxPoint x="630" y="950" />
              <mxPoint x="630" y="928" />
            </Array>
          </mxGeometry>
        </mxCell>
        <mxCell id="label_e_hwint_csr" parent="1" style="text;html=1;whiteSpace=wrap;strokeColor=none;fillColor=none;align=center;verticalAlign=middle;fontSize=11;fontFamily=Comic Sans MS;strokeWidth=2;" value="hw_int" vertex="1">
          <mxGeometry height="20" width="52" x="400" y="927" as="geometry" />
        </mxCell>
        <mxCell id="label_e_exmem_csr" parent="1" style="text;html=1;whiteSpace=wrap;strokeColor=none;fillColor=none;align=center;verticalAlign=middle;fontSize=11;fontFamily=Comic Sans MS;strokeWidth=2;" value="csr_commit / exc_commit / ertn" vertex="1">
          <mxGeometry height="22" width="120" x="1220" y="953" as="geometry" />
        </mxCell>
        <mxCell id="e_csr_ifu" edge="1" parent="1" source="csr" style="edgeStyle=orthogonalEdgeStyle;shape=wire;rounded=0;orthogonalLoop=1;jettySize=auto;html=1;endArrow=block;endFill=1;strokeWidth=2;exitX=0;exitY=0.74;exitPerimeter=1;entryX=0;entryY=0.78;entryPerimeter=1;fillColor=none;" target="ifu" value="">
          <mxGeometry relative="1" as="geometry">
            <Array as="points">
              <mxPoint x="700" y="950" />
              <mxPoint x="700" y="1080" />
              <mxPoint x="150" y="1080" />
              <mxPoint x="150" y="610" />
            </Array>
          </mxGeometry>
        </mxCell>
        <mxCell id="label_e_csr_ifu" parent="1" style="text;html=1;whiteSpace=wrap;strokeColor=none;fillColor=none;align=center;verticalAlign=middle;fontSize=11;fontFamily=Comic Sans MS;strokeWidth=2;" value="csr_eentry / csr_era" vertex="1">
          <mxGeometry height="22" width="100" x="385" y="1052" as="geometry" />
        </mxCell>
        <mxCell id="e_clk_dist" edge="1" parent="1" source="p_clk" style="edgeStyle=orthogonalEdgeStyle;shape=wire;rounded=0;orthogonalLoop=1;jettySize=auto;html=1;endArrow=block;endFill=1;strokeWidth=2;exitX=1;exitY=0.5;exitPerimeter=1;entryX=0;entryY=0.5;entryPerimeter=1;fillColor=none;" target="clkdist" value="">
          <mxGeometry relative="1" as="geometry" />
        </mxCell>
        <mxCell id="label_e_clk_dist" parent="1" style="text;html=1;whiteSpace=wrap;strokeColor=none;fillColor=none;align=center;verticalAlign=middle;fontSize=11;fontFamily=Comic Sans MS;strokeWidth=2;" value="clk / rst" vertex="1">
          <mxGeometry height="20" width="64" x="135" y="850" as="geometry" />
        </mxCell>
        <mxCell id="e_instresp_ifu" edge="1" parent="1" source="p_inst_resp" style="edgeStyle=orthogonalEdgeStyle;shape=wire;rounded=0;orthogonalLoop=1;jettySize=auto;html=1;endArrow=block;endFill=1;strokeWidth=2;exitX=1;exitY=0.5;exitPerimeter=1;entryX=0;entryY=0.43;entryPerimeter=1;fillColor=none;" target="ifu" value="">
          <mxGeometry relative="1" as="geometry" />
        </mxCell>
        <mxCell id="label_e_instresp_ifu" parent="1" style="text;html=1;whiteSpace=wrap;strokeColor=none;fillColor=none;align=center;verticalAlign=middle;fontSize=11;fontFamily=Comic Sans MS;strokeWidth=2;" value="inst_resp_*" vertex="1">
          <mxGeometry height="20" width="74" x="130" y="542" as="geometry" />
        </mxCell>
        <mxCell id="e_ifu_instreq" edge="1" parent="1" source="ifu" style="edgeStyle=orthogonalEdgeStyle;shape=wire;rounded=0;orthogonalLoop=1;jettySize=auto;html=1;endArrow=block;endFill=1;strokeWidth=2;exitX=1;exitY=0.13;exitPerimeter=1;entryX=0;entryY=0.5;entryPerimeter=1;fillColor=none;" target="p_inst_req" value="">
          <mxGeometry relative="1" as="geometry">
            <Array as="points">
              <mxPoint x="430" y="535" />
              <mxPoint x="430" y="195" />
              <mxPoint x="2260" y="195" />
              <mxPoint x="2260" y="245" />
            </Array>
          </mxGeometry>
        </mxCell>
-         <mxCell id="e_dataresp_lsu" edge="1" parent="1" source="p_data_resp" style="edgeStyle=orthogonalEdgeStyle;shape=wire;rounded=0;orthogonalLoop=1;jettySize=auto;html=1;endArrow=block;endFill=1;strokeWidth=2;exitX=0;exitY=0.5;exitPerimeter=1;entryX=1;entryY=0.5;entryPerimeter=1;fillColor=none;" target="lsu" value="">
-           <mxGeometry relative="1" as="geometry">
-             <Array as="points">
-               <mxPoint x="2230" y="495" />
-               <mxPoint x="2230" y="320" />
-               <mxPoint x="1850" y="320" />
-               <mxPoint x="1850" y="520" />
-             </Array>
-           </mxGeometry>
-         </mxCell>
        <mxCell id="e_lsu_datareq" edge="1" parent="1" source="lsu" style="edgeStyle=orthogonalEdgeStyle;shape=wire;rounded=0;orthogonalLoop=1;jettySize=auto;html=1;endArrow=block;endFill=1;strokeWidth=2;exitX=1;exitY=0.75;exitPerimeter=1;entryX=0;entryY=0.5;entryPerimeter=1;fillColor=none;" target="p_data_req" value="">
          <mxGeometry relative="1" as="geometry">
            <Array as="points">
              <mxPoint x="1850" y="550" />
              <mxPoint x="1850" y="840" />
              <mxPoint x="2250" y="840" />
              <mxPoint x="2250" y="745" />
            </Array>
          </mxGeometry>
        </mxCell>
        <mxCell id="e_gpr_testout" edge="1" parent="1" source="gpr" style="edgeStyle=orthogonalEdgeStyle;shape=wire;rounded=0;orthogonalLoop=1;jettySize=auto;html=1;endArrow=block;endFill=1;strokeWidth=2;exitX=1;exitY=0.6;exitPerimeter=1;entryX=0;entryY=0.5;entryPerimeter=1;fillColor=none;" target="p_testout" value="">
          <mxGeometry relative="1" as="geometry">
            <Array as="points">
              <mxPoint x="1090" y="345" />
              <mxPoint x="1090" y="1063" />
            </Array>
          </mxGeometry>
        </mxCell>
        <mxCell id="label_e_gpr_testout" parent="1" style="text;html=1;whiteSpace=wrap;strokeColor=none;fillColor=none;align=center;verticalAlign=middle;fontSize=11;fontFamily=Comic Sans MS;strokeWidth=2;" value="test_data" vertex="1">
          <mxGeometry height="20" width="62" x="1738" y="1040" as="geometry" />
        </mxCell>
        <mxCell id="e_ifid_testout" edge="1" parent="1" source="ifid" style="edgeStyle=orthogonalEdgeStyle;shape=wire;rounded=0;orthogonalLoop=1;jettySize=auto;html=1;endArrow=block;endFill=1;strokeWidth=2;exitX=0.5;exitY=1;exitPerimeter=1;entryX=0;entryY=0.5;entryDx=0;entryDy=0;fillColor=none;" target="JGZYXTujOtgmbutAaPe7-1" value="">
          <mxGeometry relative="1" as="geometry">
            <Array as="points">
              <mxPoint x="510" y="727" />
              <mxPoint x="510" y="1140" />
            </Array>
          </mxGeometry>
        </mxCell>
        <mxCell id="label_e_ifid_testout" parent="1" style="text;html=1;whiteSpace=wrap;strokeColor=none;fillColor=none;align=center;verticalAlign=middle;fontSize=11;fontFamily=Comic Sans MS;strokeWidth=2;" value="test_pc_cur / test_inst" vertex="1">
          <mxGeometry height="20" width="110" x="1470" y="1150" as="geometry" />
        </mxCell>
        <mxCell id="JGZYXTujOtgmbutAaPe7-1" parent="1" style="shape=rhombus;perimeter=rhombusPerimeter;whiteSpace=wrap;html=1;fillColor=none;strokeColor=#000000;strokeWidth=2;fontSize=13;fontFamily=Comic Sans MS;align=center;verticalAlign=middle;" value="&amp;nbsp;test_pc_cur / test_inst" vertex="1">
          <mxGeometry height="60" width="135" x="2470" y="1110" as="geometry" />
        </mxCell>
        <mxCell id="JGZYXTujOtgmbutAaPe7-3" edge="1" parent="1" source="haz" style="edgeStyle=orthogonalEdgeStyle;rounded=0;orthogonalLoop=1;jettySize=auto;html=1;exitX=0;exitY=0.25;exitDx=0;exitDy=0;entryX=1.017;entryY=0.93;entryDx=0;entryDy=0;entryPerimeter=0;startArrow=classic;startFill=1;endArrow=none;endFill=0;strokeWidth=2;" target="ifid">
          <mxGeometry relative="1" as="geometry" />
        </mxCell>
        <mxCell id="JGZYXTujOtgmbutAaPe7-4" edge="1" parent="1" source="ifu" style="edgeStyle=orthogonalEdgeStyle;rounded=0;orthogonalLoop=1;jettySize=auto;html=1;exitX=1;exitY=0.5;exitDx=0;exitDy=0;entryX=-0.016;entryY=0.572;entryDx=0;entryDy=0;entryPerimeter=0;strokeWidth=2;" target="ifid">
          <mxGeometry relative="1" as="geometry" />
        </mxCell>
        <mxCell id="JGZYXTujOtgmbutAaPe7-8" edge="1" parent="1" style="endArrow=classic;html=1;rounded=0;entryX=0.82;entryY=1;entryDx=0;entryDy=0;entryPerimeter=0;strokeWidth=2;" target="ifid" value="">
          <mxGeometry height="50" relative="1" width="50" as="geometry">
            <mxPoint x="530" y="750" as="sourcePoint" />
            <mxPoint x="770" y="700" as="targetPoint" />
          </mxGeometry>
        </mxCell>
        <mxCell id="JGZYXTujOtgmbutAaPe7-9" parent="1" style="shape=waypoint;sketch=0;fillStyle=solid;size=6;pointerEvents=1;points=[];fillColor=none;resizable=0;rotatable=0;perimeter=centerPerimeter;snapToPoint=1;strokeWidth=2;" value="" vertex="1">
          <mxGeometry height="20" width="20" x="520" y="740" as="geometry" />
        </mxCell>
        <mxCell id="JGZYXTujOtgmbutAaPe7-11" edge="1" parent="1" style="endArrow=none;html=1;rounded=0;strokeWidth=2;" value="">
          <mxGeometry height="50" relative="1" width="50" as="geometry">
            <mxPoint x="610" y="750" as="sourcePoint" />
            <mxPoint x="610" y="660" as="targetPoint" />
          </mxGeometry>
        </mxCell>
        <mxCell id="JGZYXTujOtgmbutAaPe7-12" edge="1" parent="1" style="endArrow=classic;html=1;rounded=0;entryX=-0.028;entryY=0.772;entryDx=0;entryDy=0;entryPerimeter=0;strokeWidth=2;" target="idex" value="">
          <mxGeometry height="50" relative="1" width="50" as="geometry">
            <mxPoint x="610" y="660" as="sourcePoint" />
            <mxPoint x="540" y="820" as="targetPoint" />
          </mxGeometry>
        </mxCell>
        <mxCell id="JGZYXTujOtgmbutAaPe7-13" parent="1" style="shape=waypoint;sketch=0;fillStyle=solid;size=6;pointerEvents=1;points=[];fillColor=none;resizable=0;rotatable=0;perimeter=centerPerimeter;snapToPoint=1;strokeWidth=2;" value="" vertex="1">
          <mxGeometry height="20" width="20" x="600" y="740" as="geometry" />
        </mxCell>
      </root>
    </mxGraphModel>
  </diagram>
</mxfile>
